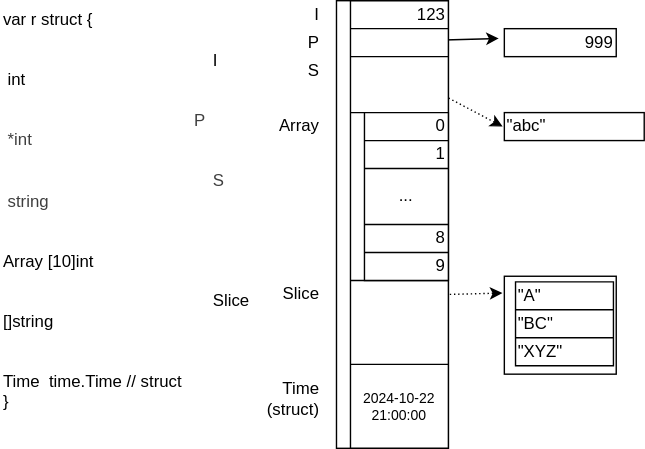
Above: article/svg/struct.svg in nshichi/go-mem (draw.io), before the change. Source tidied: cells renumbered, new cells last; positions are measured from the earlier drawing's top-left corner, leaving out a move shared by most shapes.
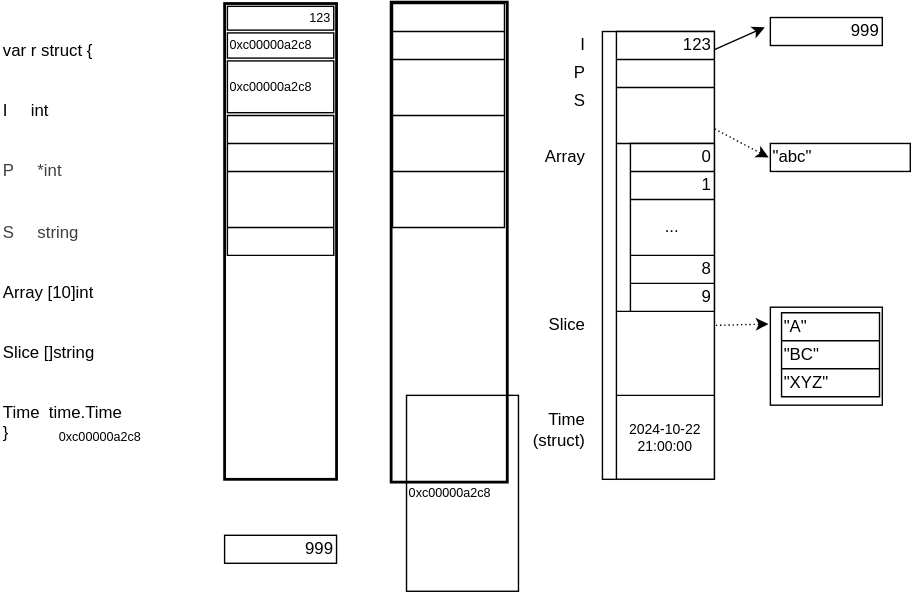
The same diagram one commit later.

Diff of the diagram source:
```diff
@@ -2,11 +2,14 @@
   <root>
     <mxCell id="0" />
     <mxCell id="1" parent="0" />
+    <mxCell id="50" style="whiteSpace=wrap;html=1;strokeWidth=2;" parent="1" vertex="1">
+      <mxGeometry x="89" y="-21" width="83" height="343" as="geometry" />
+    </mxCell>
     <mxCell id="2" value="&quot;abc&quot;" style="whiteSpace=wrap;html=1;align=left;" parent="1" vertex="1">
       <mxGeometry x="360" y="80" width="100" height="20" as="geometry" />
     </mxCell>
-    <mxCell id="3" value="&lt;div&gt;var r struct {&lt;/div&gt;&lt;div&gt;&lt;span style=&quot;white-space: normal;&quot;&gt;&lt;span style=&quot;white-space:pre&quot;&gt;&#9;&lt;/span&gt;I&amp;nbsp; &amp;nbsp; &amp;nbsp;int&lt;/span&gt;&lt;/div&gt;&lt;div&gt;&lt;span style=&quot;color: rgb(63, 63, 63); background-color: transparent; white-space: pre;&quot;&gt;&#9;&lt;/span&gt;&lt;span style=&quot;color: rgb(63, 63, 63); background-color: transparent;&quot;&gt;P&amp;nbsp; &amp;nbsp; &amp;nbsp;*int&lt;/span&gt;&lt;/div&gt;&lt;div style=&quot;color: rgb(63, 63, 63); scrollbar-color: rgb(226, 226, 226) rgb(251, 251, 251);&quot;&gt;&lt;span style=&quot;color: rgb(63, 63, 63); scrollbar-color: rgb(226, 226, 226) rgb(251, 251, 251);&quot;&gt;&lt;span style=&quot;color: rgb(63, 63, 63); scrollbar-color: rgb(226, 226, 226) rgb(251, 251, 251); white-space: pre;&quot;&gt;&#9;&lt;/span&gt;S&amp;nbsp; &amp;nbsp; &amp;nbsp;string&lt;/span&gt;&lt;/div&gt;&lt;div&gt;&lt;span style=&quot;white-space: normal;&quot;&gt;&lt;span style=&quot;white-space:pre&quot;&gt;&#9;&lt;/span&gt;Array [10]int&lt;/span&gt;&lt;/div&gt;&lt;div&gt;&lt;span style=&quot;white-space: normal;&quot;&gt;&lt;span style=&quot;white-space:pre&quot;&gt;&#9;&lt;/span&gt;Slice []string&lt;/span&gt;&lt;/div&gt;&lt;div&gt;&lt;span style=&quot;white-space: normal;&quot;&gt;&lt;span style=&quot;white-space:pre&quot;&gt;&#9;&lt;/span&gt;Time&amp;nbsp; time.Time // struct&lt;/span&gt;&lt;/div&gt;&lt;div&gt;}&lt;br&gt;&lt;/div&gt;" style="text;strokeColor=none;align=left;fillColor=none;html=1;verticalAlign=top;whiteSpace=wrap;rounded=0;horizontal=1;" parent="1" vertex="1">
-      <mxGeometry width="180" height="240" as="geometry" />
+    <mxCell id="3" value="&lt;div&gt;var r struct {&lt;/div&gt;&lt;div&gt;&lt;span style=&quot;white-space: normal;&quot;&gt;&lt;span style=&quot;white-space:pre&quot;&gt;&#9;&lt;/span&gt;I&amp;nbsp; &amp;nbsp; &amp;nbsp;int&lt;/span&gt;&lt;/div&gt;&lt;div&gt;&lt;span style=&quot;color: rgb(63, 63, 63); background-color: transparent; white-space: pre;&quot;&gt;&#9;&lt;/span&gt;&lt;span style=&quot;color: rgb(63, 63, 63); background-color: transparent;&quot;&gt;P&amp;nbsp; &amp;nbsp; &amp;nbsp;*int&lt;/span&gt;&lt;/div&gt;&lt;div style=&quot;color: rgb(63, 63, 63); scrollbar-color: rgb(226, 226, 226) rgb(251, 251, 251);&quot;&gt;&lt;span style=&quot;color: rgb(63, 63, 63); scrollbar-color: rgb(226, 226, 226) rgb(251, 251, 251);&quot;&gt;&lt;span style=&quot;color: rgb(63, 63, 63); scrollbar-color: rgb(226, 226, 226) rgb(251, 251, 251); white-space: pre;&quot;&gt;&#9;&lt;/span&gt;S&amp;nbsp; &amp;nbsp; &amp;nbsp;string&lt;/span&gt;&lt;/div&gt;&lt;div&gt;&lt;span style=&quot;white-space: normal;&quot;&gt;&lt;span style=&quot;white-space:pre&quot;&gt;&#9;&lt;/span&gt;Array [10]int&lt;/span&gt;&lt;/div&gt;&lt;div&gt;&lt;span style=&quot;white-space: normal;&quot;&gt;&lt;span style=&quot;white-space:pre&quot;&gt;&#9;&lt;/span&gt;Slice []string&lt;/span&gt;&lt;/div&gt;&lt;div&gt;&lt;span style=&quot;white-space: normal;&quot;&gt;&lt;span style=&quot;white-space:pre&quot;&gt;&#9;&lt;/span&gt;Time&amp;nbsp; time.Time&lt;/span&gt;&lt;/div&gt;&lt;div&gt;}&lt;br&gt;&lt;/div&gt;" style="text;strokeColor=none;align=left;fillColor=none;html=1;verticalAlign=top;whiteSpace=wrap;rounded=0;horizontal=1;" parent="1" vertex="1">
+      <mxGeometry x="-190" width="130" height="240" as="geometry" />
     </mxCell>
     <mxCell id="4" style="edgeStyle=none;html=1;entryX=-0.012;entryY=0.5;entryDx=0;entryDy=0;exitX=0.9;exitY=0.5;exitDx=0;exitDy=0;rounded=1;curved=0;dashed=1;dashPattern=1 2;endArrow=classic;endFill=1;jumpStyle=none;shadow=0;flowAnimation=0;strokeWidth=1;startArrow=none;startFill=0;exitPerimeter=0;entryPerimeter=0;" parent="1" edge="1" source="9" target="2">
       <mxGeometry relative="1" as="geometry" />
@@ -20,7 +23,7 @@
       </mxGeometry>
     </mxCell>
     <mxCell id="7" value="999" style="whiteSpace=wrap;html=1;align=right;" parent="1" vertex="1">
-      <mxGeometry x="360" y="20" width="80" height="20" as="geometry" />
+      <mxGeometry x="360" y="-10" width="80" height="20" as="geometry" />
     </mxCell>
     <mxCell id="8" style="edgeStyle=none;html=1;rounded=1;curved=0;endArrow=classic;endFill=1;jumpStyle=none;shadow=0;flowAnimation=0;strokeWidth=1;startArrow=none;startFill=0;entryX=-0.05;entryY=0.35;entryDx=0;entryDy=0;entryPerimeter=0;exitX=1;exitY=0.5;exitDx=0;exitDy=0;exitPerimeter=0;" parent="1" edge="1" source="5" target="7">
       <mxGeometry relative="1" as="geometry" />
@@ -148,5 +151,86 @@
     <mxCell id="49" value="9" style="shape=partialRectangle;html=1;whiteSpace=wrap;strokeColor=inherit;overflow=hidden;fillColor=none;top=0;left=0;bottom=0;right=0;align=right;" parent="48" vertex="1">
       <mxGeometry width="60" height="20" as="geometry" />
     </mxCell>
+    <mxCell id="51" value="0xc00000a2c8" style="text;strokeColor=none;align=left;fillColor=none;html=1;verticalAlign=middle;whiteSpace=wrap;rounded=0;fontSize=9;fontColor=light-dark(#000000,#EDEDED);" parent="1" vertex="1">
+      <mxGeometry x="-150" y="280" width="60" height="20" as="geometry" />
+    </mxCell>
+    <mxCell id="52" style="whiteSpace=wrap;html=1;strokeWidth=2;" parent="1" vertex="1">
+      <mxGeometry x="-30" y="-20" width="80" height="340" as="geometry" />
+    </mxCell>
+    <mxCell id="53" value="0xc00000a2c8" style="text;strokeColor=default;align=left;fillColor=none;html=1;verticalAlign=middle;whiteSpace=wrap;rounded=0;fontSize=9;fontColor=light-dark(#000000,#EDEDED);" parent="1" vertex="1">
+      <mxGeometry x="-28" y="1" width="76" height="18" as="geometry" />
+    </mxCell>
+    <mxCell id="54" value="123" style="text;strokeColor=default;align=right;fillColor=none;html=1;verticalAlign=middle;whiteSpace=wrap;rounded=0;fontSize=9;fontColor=light-dark(#000000,#EDEDED);" parent="1" vertex="1">
+      <mxGeometry x="-28" y="-18" width="76" height="17" as="geometry" />
+    </mxCell>
+    <mxCell id="55" value="999" style="whiteSpace=wrap;html=1;align=right;" parent="1" vertex="1">
+      <mxGeometry x="-30" y="360" width="80" height="20" as="geometry" />
+    </mxCell>
+    <mxCell id="56" value="0xc00000a2c8" style="text;strokeColor=default;align=left;fillColor=none;html=1;verticalAlign=middle;whiteSpace=wrap;rounded=0;fontSize=9;fontColor=light-dark(#000000,#EDEDED);" parent="1" vertex="1">
+      <mxGeometry x="-28" y="21" width="76" height="37" as="geometry" />
+    </mxCell>
+    <mxCell id="57" value="0xc00000a2c8" style="text;strokeColor=default;align=left;fillColor=none;html=1;verticalAlign=middle;whiteSpace=wrap;rounded=0;fontSize=9;fontColor=light-dark(#000000,#EDEDED);" parent="1" vertex="1">
+      <mxGeometry x="100" y="260" width="80" height="140" as="geometry" />
+    </mxCell>
+    <mxCell id="58" style="shape=table;startSize=0;" parent="1" vertex="1">
+      <mxGeometry x="-28" y="60" width="76" height="100" as="geometry" />
+    </mxCell>
+    <mxCell id="59" style="shape=tableRow;horizontal=0;startSize=0;swimlaneHead=0;swimlaneBody=0;strokeColor=inherit;top=0;left=0;bottom=0;right=0;fillColor=none;" parent="58" vertex="1">
+      <mxGeometry width="76" height="20" as="geometry" />
+    </mxCell>
+    <mxCell id="60" style="shape=partialRectangle;html=1;whiteSpace=wrap;strokeColor=inherit;overflow=hidden;fillColor=none;top=0;left=0;bottom=0;right=0;" parent="59" vertex="1">
+      <mxGeometry width="76" height="20" as="geometry" />
+    </mxCell>
+    <mxCell id="61" style="shape=tableRow;horizontal=0;startSize=0;swimlaneHead=0;swimlaneBody=0;strokeColor=inherit;top=0;left=0;bottom=0;right=0;fillColor=none;" parent="58" vertex="1">
+      <mxGeometry y="20" width="76" height="20" as="geometry" />
+    </mxCell>
+    <mxCell id="62" style="shape=partialRectangle;html=1;whiteSpace=wrap;strokeColor=inherit;overflow=hidden;fillColor=none;top=0;left=0;bottom=0;right=0;" parent="61" vertex="1">
+      <mxGeometry width="76" height="20" as="geometry" />
+    </mxCell>
+    <mxCell id="63" style="shape=tableRow;horizontal=0;startSize=0;swimlaneHead=0;swimlaneBody=0;strokeColor=inherit;top=0;left=0;bottom=0;right=0;fillColor=none;" parent="58" vertex="1">
+      <mxGeometry y="40" width="76" height="40" as="geometry" />
+    </mxCell>
+    <mxCell id="64" style="shape=partialRectangle;html=1;whiteSpace=wrap;strokeColor=inherit;overflow=hidden;fillColor=none;top=0;left=0;bottom=0;right=0;" parent="63" vertex="1">
+      <mxGeometry width="76" height="40" as="geometry" />
+    </mxCell>
+    <mxCell id="65" style="shape=tableRow;horizontal=0;startSize=0;swimlaneHead=0;swimlaneBody=0;strokeColor=inherit;top=0;left=0;bottom=0;right=0;fillColor=none;" parent="58" vertex="1">
+      <mxGeometry y="80" width="76" height="20" as="geometry" />
+    </mxCell>
+    <mxCell id="66" style="shape=partialRectangle;html=1;whiteSpace=wrap;strokeColor=inherit;overflow=hidden;fillColor=none;top=0;left=0;bottom=0;right=0;" parent="65" vertex="1">
+      <mxGeometry width="76" height="20" as="geometry" />
+    </mxCell>
+    <mxCell id="67" style="shape=table;startSize=0;strokeWidth=1;" parent="1" vertex="1">
+      <mxGeometry x="90" y="-20" width="80" height="160" as="geometry" />
+    </mxCell>
+    <mxCell id="68" style="shape=tableRow;horizontal=0;startSize=0;swimlaneHead=0;swimlaneBody=0;strokeColor=inherit;top=0;left=0;bottom=0;right=0;fillColor=none;" parent="67" vertex="1">
+      <mxGeometry width="80" height="20" as="geometry" />
+    </mxCell>
+    <mxCell id="69" style="shape=partialRectangle;html=1;whiteSpace=wrap;strokeColor=inherit;overflow=hidden;fillColor=none;top=0;left=0;bottom=0;right=0;" parent="68" vertex="1">
+      <mxGeometry width="80" height="20" as="geometry" />
+    </mxCell>
+    <mxCell id="70" style="shape=tableRow;horizontal=0;startSize=0;swimlaneHead=0;swimlaneBody=0;strokeColor=inherit;top=0;left=0;bottom=0;right=0;fillColor=none;" parent="67" vertex="1">
+      <mxGeometry y="20" width="80" height="20" as="geometry" />
+    </mxCell>
+    <mxCell id="71" style="shape=partialRectangle;html=1;whiteSpace=wrap;strokeColor=inherit;overflow=hidden;fillColor=none;top=0;left=0;bottom=0;right=0;" parent="70" vertex="1">
+      <mxGeometry width="80" height="20" as="geometry" />
+    </mxCell>
+    <mxCell id="72" style="shape=tableRow;horizontal=0;startSize=0;swimlaneHead=0;swimlaneBody=0;strokeColor=inherit;top=0;left=0;bottom=0;right=0;fillColor=none;" parent="67" vertex="1">
+      <mxGeometry y="40" width="80" height="40" as="geometry" />
+    </mxCell>
+    <mxCell id="73" style="shape=partialRectangle;html=1;whiteSpace=wrap;strokeColor=inherit;overflow=hidden;fillColor=none;top=0;left=0;bottom=0;right=0;" parent="72" vertex="1">
+      <mxGeometry width="80" height="40" as="geometry" />
+    </mxCell>
+    <mxCell id="74" style="shape=tableRow;horizontal=0;startSize=0;swimlaneHead=0;swimlaneBody=0;strokeColor=inherit;top=0;left=0;bottom=0;right=0;fillColor=none;" parent="67" vertex="1">
+      <mxGeometry y="80" width="80" height="40" as="geometry" />
+    </mxCell>
+    <mxCell id="75" style="shape=partialRectangle;html=1;whiteSpace=wrap;strokeColor=inherit;overflow=hidden;fillColor=none;top=0;left=0;bottom=0;right=0;" parent="74" vertex="1">
+      <mxGeometry width="80" height="40" as="geometry" />
+    </mxCell>
+    <mxCell id="76" style="shape=tableRow;horizontal=0;startSize=0;swimlaneHead=0;swimlaneBody=0;strokeColor=inherit;top=0;left=0;bottom=0;right=0;fillColor=none;" parent="67" vertex="1">
+      <mxGeometry y="120" width="80" height="40" as="geometry" />
+    </mxCell>
+    <mxCell id="77" style="shape=partialRectangle;html=1;whiteSpace=wrap;strokeColor=inherit;overflow=hidden;fillColor=none;top=0;left=0;bottom=0;right=0;" parent="76" vertex="1">
+      <mxGeometry width="80" height="40" as="geometry" />
+    </mxCell>
   </root>
 </mxGraphModel>
```
